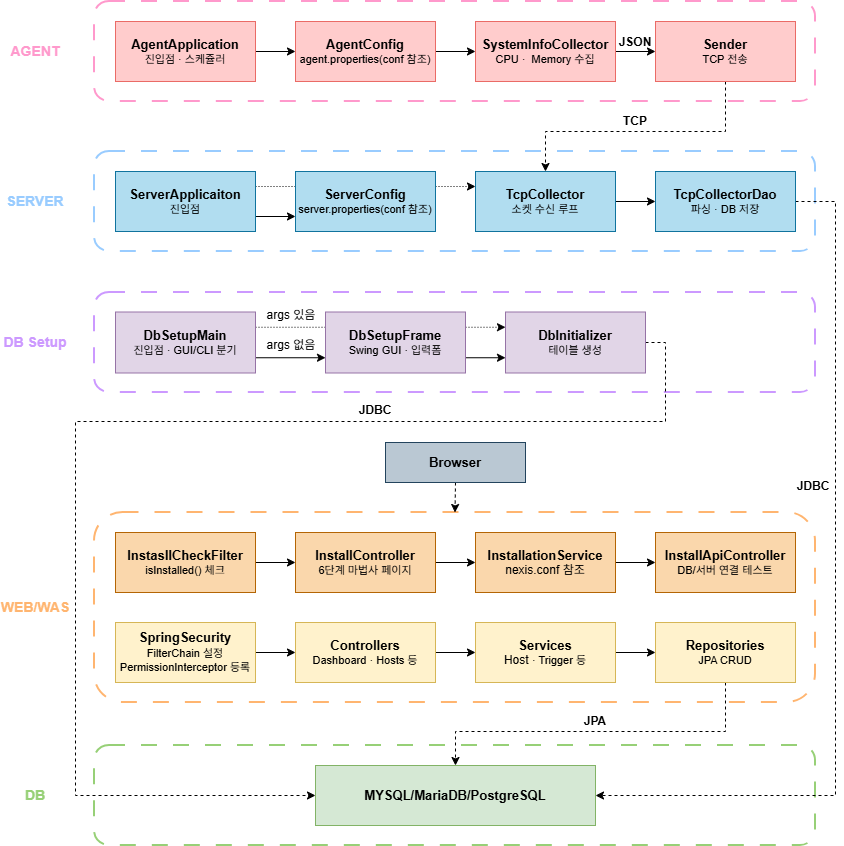
Before: assets/img/설계도.drawio.png, a diagram exported from draw.io (Hyein-Park-git/Portfolio). Source tidied: cells renumbered, new cells last; positions are measured from the earlier drawing's top-left corner, leaving out a move shared by most shapes.
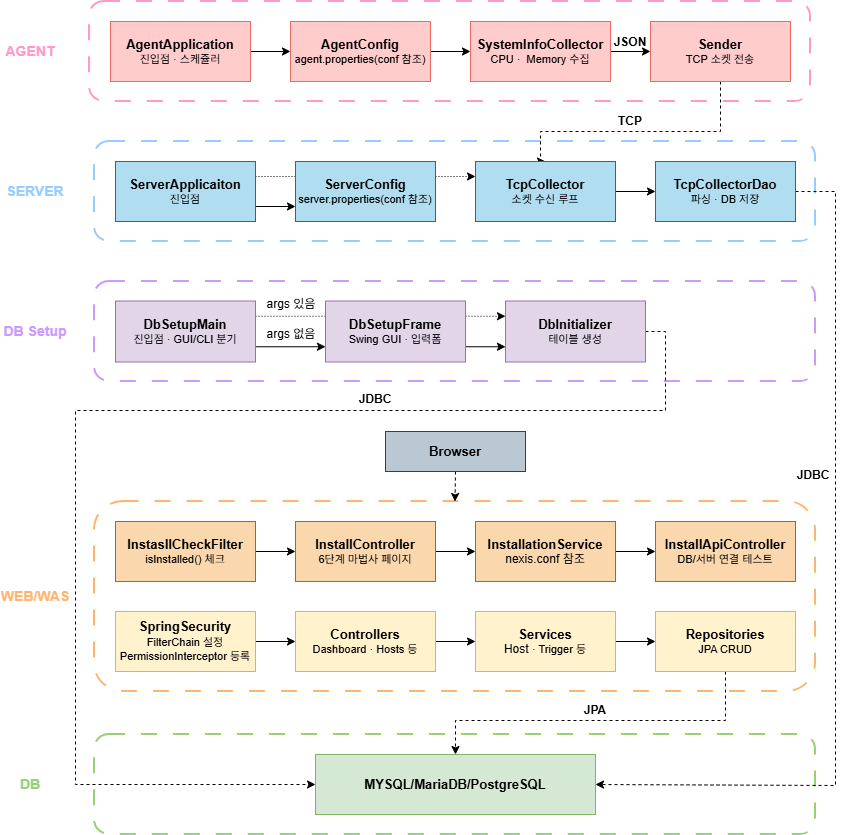
The same diagram one commit later.

Diff of the diagram source:
```diff
@@ -15,39 +15,39 @@
       <mxGeometry x="94" y="511" width="721" height="190" as="geometry" />
     </mxCell>
     <mxCell id="6" style="rounded=1;whiteSpace=wrap;html=1;fillColor=none;dashed=1;strokeColor=#99CCFF;strokeWidth=2;dashPattern=8 8;" parent="1" vertex="1">
-      <mxGeometry x="94" y="150" width="721" height="100" as="geometry" />
+      <mxGeometry x="94" y="151" width="721" height="100" as="geometry" />
     </mxCell>
     <mxCell id="7" style="rounded=1;whiteSpace=wrap;html=1;fillColor=none;dashed=1;strokeColor=#FF99CC;strokeWidth=2;dashPattern=8 8;" parent="1" vertex="1">
-      <mxGeometry x="94" width="721" height="100" as="geometry" />
+      <mxGeometry x="89" y="11" width="721" height="100" as="geometry" />
     </mxCell>
     <mxCell id="8" style="edgeStyle=orthogonalEdgeStyle;rounded=0;jettySize=auto;html=1;exitX=1;exitY=0.5;exitDx=0;exitDy=0;" parent="1" edge="1" source="9" target="11">
       <mxGeometry relative="1" as="geometry" />
     </mxCell>
     <mxCell id="9" value="&lt;font style=&quot;font-size: 13px;&quot;&gt;&lt;b&gt;AgentApplication&lt;/b&gt;&lt;/font&gt;&lt;div&gt;&lt;font style=&quot;font-size: 11px;&quot;&gt;진입점 · 스케쥴러&lt;/font&gt;&lt;/div&gt;" style="rounded=0;whiteSpace=wrap;html=1;fillColor=#ffcccc;strokeColor=#EA6B66;" parent="1" vertex="1">
-      <mxGeometry x="115" y="20" width="140" height="60" as="geometry" />
+      <mxGeometry x="110" y="31" width="140" height="60" as="geometry" />
     </mxCell>
     <mxCell id="10" style="edgeStyle=orthogonalEdgeStyle;rounded=0;jettySize=auto;html=1;exitX=1;exitY=0.5;exitDx=0;exitDy=0;" parent="1" edge="1" source="11" target="13">
       <mxGeometry relative="1" as="geometry" />
     </mxCell>
     <mxCell id="11" value="&lt;font style=&quot;font-size: 13px;&quot;&gt;&lt;b&gt;AgentConfig&lt;/b&gt;&lt;/font&gt;&lt;div&gt;&lt;font style=&quot;font-size: 11px;&quot;&gt;agent.properties(conf 참조)&lt;/font&gt;&lt;/div&gt;" style="rounded=0;whiteSpace=wrap;html=1;fillColor=#ffcccc;strokeColor=#EA6B66;" parent="1" vertex="1">
-      <mxGeometry x="295" y="20" width="140" height="60" as="geometry" />
+      <mxGeometry x="290" y="31" width="140" height="60" as="geometry" />
     </mxCell>
     <mxCell id="12" style="edgeStyle=orthogonalEdgeStyle;rounded=0;jettySize=auto;html=1;exitX=1;exitY=0.5;exitDx=0;exitDy=0;entryX=0;entryY=0.5;entryDx=0;entryDy=0;" parent="1" edge="1" source="13" target="15">
       <mxGeometry relative="1" as="geometry" />
     </mxCell>
     <mxCell id="13" value="&lt;font style=&quot;font-size: 13px;&quot;&gt;&lt;b&gt;SystemInfoCollector&lt;/b&gt;&lt;/font&gt;&lt;div&gt;&lt;font style=&quot;font-size: 11px;&quot;&gt;CPU&amp;nbsp;&lt;/font&gt;&lt;span style=&quot;font-size: 11px; background-color: transparent; color: light-dark(rgb(0, 0, 0), rgb(255, 255, 255));&quot;&gt;·&lt;/span&gt;&lt;span style=&quot;font-size: 11px; background-color: transparent; color: light-dark(rgb(0, 0, 0), rgb(255, 255, 255));&quot;&gt;&amp;nbsp;&lt;/span&gt;&lt;span style=&quot;font-size: 11px; background-color: transparent; color: light-dark(rgb(0, 0, 0), rgb(255, 255, 255));&quot;&gt;&amp;nbsp;Memory 수집&lt;/span&gt;&lt;/div&gt;" style="rounded=0;whiteSpace=wrap;html=1;fillColor=#ffcccc;strokeColor=#EA6B66;" parent="1" vertex="1">
-      <mxGeometry x="475" y="20" width="140" height="60" as="geometry" />
+      <mxGeometry x="470" y="31" width="140" height="60" as="geometry" />
     </mxCell>
     <mxCell id="14" style="edgeStyle=orthogonalEdgeStyle;rounded=0;jettySize=auto;html=1;exitX=0.5;exitY=1;exitDx=0;exitDy=0;entryX=0.5;entryY=0;entryDx=0;entryDy=0;dashed=1;" parent="1" edge="1" source="15" target="21">
       <mxGeometry relative="1" as="geometry">
         <Array as="points">
-          <mxPoint x="725" y="130" />
-          <mxPoint x="545" y="130" />
+          <mxPoint x="720" y="141" />
+          <mxPoint x="540" y="141" />
         </Array>
       </mxGeometry>
     </mxCell>
-    <mxCell id="15" value="&lt;font style=&quot;font-size: 13px;&quot;&gt;&lt;b&gt;Sender&lt;/b&gt;&lt;/font&gt;&lt;div&gt;&lt;font style=&quot;font-size: 11px;&quot;&gt;TCP 전송&lt;/font&gt;&lt;/div&gt;" style="rounded=0;whiteSpace=wrap;html=1;fillColor=#ffcccc;strokeColor=#EA6B66;" parent="1" vertex="1">
-      <mxGeometry x="655" y="20" width="140" height="60" as="geometry" />
+    <mxCell id="15" value="&lt;font style=&quot;font-size: 13px;&quot;&gt;&lt;b&gt;Sender&lt;/b&gt;&lt;/font&gt;&lt;div&gt;&lt;font style=&quot;font-size: 11px;&quot;&gt;TCP 소켓 전송&lt;/font&gt;&lt;/div&gt;" style="rounded=0;whiteSpace=wrap;html=1;fillColor=#ffcccc;strokeColor=#EA6B66;" parent="1" vertex="1">
+      <mxGeometry x="650" y="31" width="140" height="60" as="geometry" />
     </mxCell>
     <mxCell id="16" style="edgeStyle=orthogonalEdgeStyle;rounded=0;jettySize=auto;html=1;exitX=1;exitY=0.25;exitDx=0;exitDy=0;entryX=0;entryY=0.25;entryDx=0;entryDy=0;dashed=1;dashPattern=1 2;" parent="1" edge="1" source="18" target="21">
       <mxGeometry relative="1" as="geometry" />
@@ -56,27 +56,27 @@
       <mxGeometry relative="1" as="geometry" />
     </mxCell>
     <mxCell id="18" value="&lt;font style=&quot;font-size: 13px;&quot;&gt;&lt;b style=&quot;&quot;&gt;ServerApplicaiton&lt;/b&gt;&lt;/font&gt;&lt;div&gt;&lt;font style=&quot;font-size: 11px;&quot;&gt;진입점&lt;/font&gt;&lt;/div&gt;" style="rounded=0;whiteSpace=wrap;html=1;fillColor=#b1ddf0;strokeColor=#10739e;" parent="1" vertex="1">
-      <mxGeometry x="115" y="170" width="140" height="60" as="geometry" />
+      <mxGeometry x="115" y="171" width="140" height="60" as="geometry" />
     </mxCell>
     <mxCell id="19" value="&lt;font style=&quot;font-size: 13px;&quot;&gt;&lt;b&gt;ServerConfig&lt;/b&gt;&lt;/font&gt;&lt;div&gt;&lt;font style=&quot;font-size: 11px;&quot;&gt;server.properties(conf 참조)&lt;/font&gt;&lt;/div&gt;" style="rounded=0;whiteSpace=wrap;html=1;fillColor=#b1ddf0;strokeColor=#10739e;" parent="1" vertex="1">
-      <mxGeometry x="295" y="170" width="140" height="60" as="geometry" />
+      <mxGeometry x="295" y="171" width="140" height="60" as="geometry" />
     </mxCell>
     <mxCell id="20" style="edgeStyle=orthogonalEdgeStyle;rounded=0;jettySize=auto;html=1;exitX=1;exitY=0.5;exitDx=0;exitDy=0;entryX=0;entryY=0.5;entryDx=0;entryDy=0;" parent="1" edge="1" source="21" target="23">
       <mxGeometry relative="1" as="geometry" />
     </mxCell>
     <mxCell id="21" value="&lt;font style=&quot;font-size: 13px;&quot;&gt;&lt;b&gt;TcpCollector&lt;/b&gt;&lt;/font&gt;&lt;div&gt;&lt;font style=&quot;font-size: 11px;&quot;&gt;소켓 수신 루프&lt;/font&gt;&lt;/div&gt;" style="rounded=0;whiteSpace=wrap;html=1;fillColor=#b1ddf0;strokeColor=#10739e;" parent="1" vertex="1">
-      <mxGeometry x="475" y="170" width="140" height="60" as="geometry" />
+      <mxGeometry x="475" y="171" width="140" height="60" as="geometry" />
     </mxCell>
     <mxCell id="22" style="edgeStyle=orthogonalEdgeStyle;rounded=0;jettySize=auto;html=1;exitX=1;exitY=0.5;exitDx=0;exitDy=0;entryX=1;entryY=0.5;entryDx=0;entryDy=0;dashed=1;entryPerimeter=0;" parent="1" edge="1" source="23" target="45">
       <mxGeometry relative="1" as="geometry">
         <Array as="points">
-          <mxPoint x="835" y="200" />
-          <mxPoint x="835" y="794" />
+          <mxPoint x="835" y="201" />
+          <mxPoint x="835" y="795" />
         </Array>
       </mxGeometry>
     </mxCell>
     <mxCell id="23" value="&lt;font style=&quot;font-size: 13px;&quot;&gt;&lt;b&gt;TcpCollectorDao&lt;/b&gt;&lt;/font&gt;&lt;div&gt;&lt;font style=&quot;font-size: 11px;&quot;&gt;파싱&amp;nbsp;&lt;/font&gt;&lt;span style=&quot;font-size: 11px; background-color: transparent; color: light-dark(rgb(0, 0, 0), rgb(255, 255, 255));&quot;&gt;·&amp;nbsp;&lt;/span&gt;&lt;span style=&quot;font-size: 11px; background-color: transparent; color: light-dark(rgb(0, 0, 0), rgb(255, 255, 255));&quot;&gt;DB 저장&lt;/span&gt;&lt;/div&gt;" style="rounded=0;whiteSpace=wrap;html=1;fillColor=#b1ddf0;strokeColor=#10739e;" parent="1" vertex="1">
-      <mxGeometry x="655" y="170" width="140" height="60" as="geometry" />
+      <mxGeometry x="655" y="171" width="140" height="60" as="geometry" />
     </mxCell>
     <mxCell id="24" style="edgeStyle=orthogonalEdgeStyle;rounded=0;jettySize=auto;html=1;exitX=1;exitY=0.75;exitDx=0;exitDy=0;entryX=0;entryY=0.75;entryDx=0;entryDy=0;" parent="1" edge="1" source="25" target="27">
       <mxGeometry relative="1" as="geometry" />
@@ -159,7 +159,7 @@
       <mxGeometry x="315" y="764" width="280" height="60" as="geometry" />
     </mxCell>
     <mxCell id="46" value="&lt;b&gt;TCP&lt;/b&gt;" style="text;html=1;whiteSpace=wrap;strokeColor=none;fillColor=none;align=center;verticalAlign=middle;rounded=0;" parent="1" vertex="1">
-      <mxGeometry x="600" y="105" width="70" height="30" as="geometry" />
+      <mxGeometry x="595" y="116" width="70" height="30" as="geometry" />
     </mxCell>
     <mxCell id="47" value="&lt;b&gt;JDBC&lt;/b&gt;" style="text;html=1;whiteSpace=wrap;strokeColor=none;fillColor=none;align=center;verticalAlign=middle;rounded=0;" parent="1" vertex="1">
       <mxGeometry x="345" y="394" width="60" height="30" as="geometry" />
@@ -168,16 +168,16 @@
       <mxGeometry x="565" y="705" width="60" height="30" as="geometry" />
     </mxCell>
     <mxCell id="49" value="&lt;b&gt;&lt;font style=&quot;color: rgb(255, 153, 204); font-size: 14px;&quot;&gt;AGENT&lt;/font&gt;&lt;/b&gt;" style="text;html=1;whiteSpace=wrap;strokeColor=none;fillColor=none;align=center;verticalAlign=middle;rounded=0;" parent="1" vertex="1">
-      <mxGeometry x="5" y="35" width="60" height="30" as="geometry" />
+      <mxGeometry y="46" width="60" height="30" as="geometry" />
     </mxCell>
     <mxCell id="50" value="&lt;font style=&quot;color: rgb(153, 204, 255); font-size: 14px;&quot;&gt;&lt;b&gt;SERVER&lt;/b&gt;&lt;/font&gt;" style="text;html=1;whiteSpace=wrap;strokeColor=none;fillColor=none;align=center;verticalAlign=middle;rounded=0;" parent="1" vertex="1">
-      <mxGeometry x="5" y="185" width="60" height="30" as="geometry" />
+      <mxGeometry x="5" y="186" width="60" height="30" as="geometry" />
     </mxCell>
     <mxCell id="51" value="&lt;font style=&quot;color: rgb(255, 181, 112); font-size: 14px;&quot;&gt;&lt;b&gt;WEB/WAS&lt;/b&gt;&lt;/font&gt;" style="text;html=1;whiteSpace=wrap;strokeColor=none;fillColor=none;align=center;verticalAlign=middle;rounded=0;" parent="1" vertex="1">
       <mxGeometry x="5" y="591" width="60" height="30" as="geometry" />
     </mxCell>
     <mxCell id="52" value="&lt;font style=&quot;color: rgb(151, 208, 119); font-size: 14px;&quot;&gt;&lt;b&gt;DB&lt;/b&gt;&lt;/font&gt;" style="text;html=1;whiteSpace=wrap;strokeColor=none;fillColor=none;align=center;verticalAlign=middle;rounded=0;" parent="1" vertex="1">
-      <mxGeometry x="5" y="779" width="60" height="30" as="geometry" />
+      <mxGeometry y="779" width="60" height="30" as="geometry" />
     </mxCell>
     <mxCell id="53" value="&lt;b&gt;JDBC&lt;/b&gt;" style="text;html=1;whiteSpace=wrap;strokeColor=none;fillColor=none;align=center;verticalAlign=middle;rounded=0;" parent="1" vertex="1">
       <mxGeometry x="783" y="470" width="60" height="30" as="geometry" />
@@ -198,7 +198,7 @@
       <mxGeometry x="261" y="299" width="60" height="30" as="geometry" />
     </mxCell>
     <mxCell id="59" value="&lt;b&gt;JSON&lt;/b&gt;" style="text;html=1;whiteSpace=wrap;strokeColor=none;fillColor=none;align=center;verticalAlign=middle;rounded=0;" parent="1" vertex="1">
-      <mxGeometry x="600" y="26" width="70" height="30" as="geometry" />
+      <mxGeometry x="595" y="37" width="70" height="30" as="geometry" />
     </mxCell>
   </root>
 </mxGraphModel>
```
